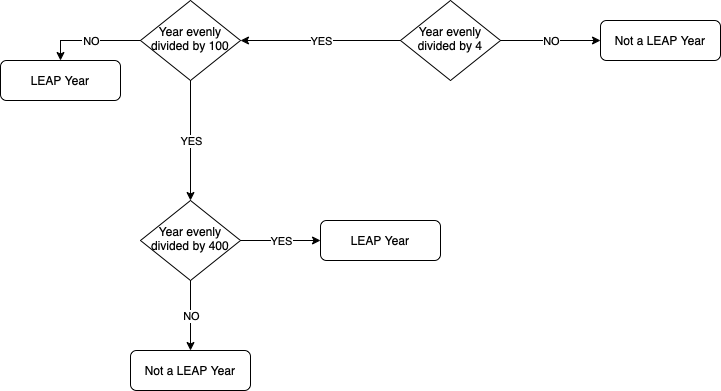
The draw.io diagram Leap Year.drawio.png in antoniaandreou/100_days_of_python, before a commit. Source tidied: cells renumbered, new cells last; positions are measured from the earlier drawing's top-left corner, leaving out a move shared by most shapes.
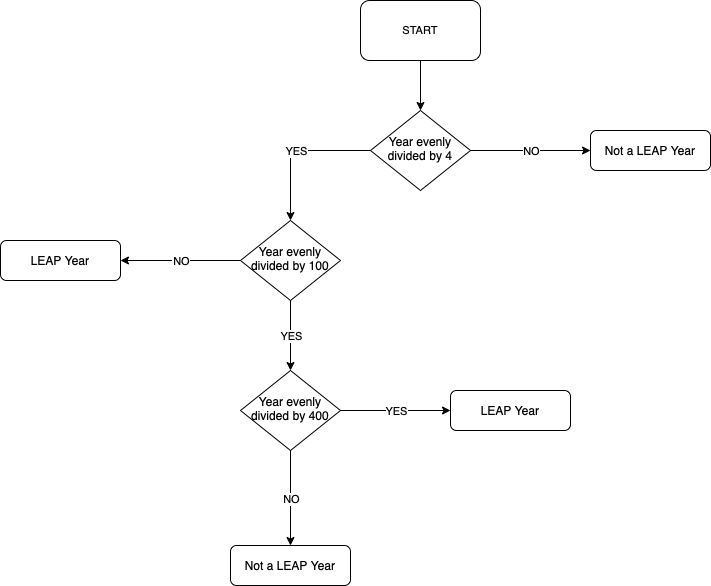
After the change.

Diff of the diagram source:
```diff
@@ -3,40 +3,35 @@
     <mxCell id="0" />
     <mxCell id="1" parent="0" />
     <mxCell id="2" value="Year evenly divided by 4" style="rhombus;whiteSpace=wrap;html=1;shadow=0;fontFamily=Helvetica;fontSize=12;align=center;strokeWidth=1;spacing=6;spacingTop=-4;" parent="1" vertex="1">
-      <mxGeometry x="400" width="100" height="80" as="geometry" />
+      <mxGeometry x="370" y="100" width="100" height="80" as="geometry" />
     </mxCell>
     <mxCell id="3" value="Not a LEAP Year" style="rounded=1;whiteSpace=wrap;html=1;fontSize=12;glass=0;strokeWidth=1;shadow=0;" parent="1" vertex="1">
-      <mxGeometry x="600" y="20" width="120" height="40" as="geometry" />
+      <mxGeometry x="590" y="120" width="120" height="40" as="geometry" />
     </mxCell>
-    <mxCell id="4" style="edgeStyle=orthogonalEdgeStyle;rounded=0;jumpSize=3;jettySize=auto;html=1;exitX=1;exitY=0.5;exitDx=0;exitDy=0;fontSize=11;" parent="1" edge="1" source="5">
-      <mxGeometry relative="1" as="geometry">
-        <mxPoint x="240" y="40" as="targetPoint" />
-      </mxGeometry>
-    </mxCell>
     <mxCell id="5" value="Year evenly divided by 100" style="rhombus;whiteSpace=wrap;html=1;shadow=0;fontFamily=Helvetica;fontSize=12;align=center;strokeWidth=1;spacing=6;spacingTop=-4;" parent="1" vertex="1">
-      <mxGeometry x="140" width="100" height="80" as="geometry" />
+      <mxGeometry x="240" y="210" width="100" height="80" as="geometry" />
     </mxCell>
     <mxCell id="6" value="Not a LEAP Year" style="rounded=1;whiteSpace=wrap;html=1;fontSize=12;glass=0;strokeWidth=1;shadow=0;" parent="1" vertex="1">
-      <mxGeometry x="130" y="350" width="120" height="40" as="geometry" />
+      <mxGeometry x="230" y="535" width="120" height="40" as="geometry" />
     </mxCell>
     <mxCell id="7" value="Year evenly divided by 400" style="rhombus;whiteSpace=wrap;html=1;shadow=0;fontFamily=Helvetica;fontSize=12;align=center;strokeWidth=1;spacing=6;spacingTop=-4;" parent="1" vertex="1">
-      <mxGeometry x="140" y="200" width="100" height="80" as="geometry" />
+      <mxGeometry x="240" y="360" width="100" height="80" as="geometry" />
     </mxCell>
     <mxCell id="8" value="LEAP Year" style="rounded=1;whiteSpace=wrap;html=1;fontSize=12;glass=0;strokeWidth=1;shadow=0;" parent="1" vertex="1">
-      <mxGeometry x="320" y="220" width="120" height="40" as="geometry" />
+      <mxGeometry x="450" y="380" width="120" height="40" as="geometry" />
     </mxCell>
-    <mxCell id="9" value="NO" style="endArrow=classic;html=1;rounded=0;fontSize=11;jumpSize=3;exitX=0;exitY=0.5;exitDx=0;exitDy=0;entryX=0.5;entryY=0;entryDx=0;entryDy=0;" parent="1" edge="1" source="5" target="21">
-      <mxGeometry relative="1" as="geometry">
-        <Array as="points">
-          <mxPoint x="60" y="40" />
-        </Array>
-      </mxGeometry>
+    <mxCell id="9" value="NO" style="endArrow=classic;html=1;rounded=0;fontSize=11;jumpSize=3;exitX=0;exitY=0.5;exitDx=0;exitDy=0;entryX=1;entryY=0.5;entryDx=0;entryDy=0;" parent="1" edge="1" source="5" target="21">
+      <mxGeometry relative="1" as="geometry" />
     </mxCell>
     <mxCell id="10" value="NO" style="edgeLabel;html=1;align=center;verticalAlign=middle;fontSize=11;" parent="9" vertex="1">
       <mxGeometry relative="1" as="geometry" />
     </mxCell>
-    <mxCell id="11" style="endArrow=classic;html=1;rounded=0;fontSize=11;jumpSize=3;exitX=0;exitY=0.5;exitDx=0;exitDy=0;entryX=1;entryY=0.5;entryDx=0;entryDy=0;" parent="1" edge="1" source="2" target="5">
-      <mxGeometry relative="1" as="geometry" />
+    <mxCell id="11" style="endArrow=classic;html=1;rounded=0;fontSize=11;jumpSize=3;exitX=0;exitY=0.5;exitDx=0;exitDy=0;entryX=0.5;entryY=0;entryDx=0;entryDy=0;" parent="1" edge="1" source="2" target="5">
+      <mxGeometry relative="1" as="geometry">
+        <Array as="points">
+          <mxPoint x="290" y="140" />
+        </Array>
+      </mxGeometry>
     </mxCell>
     <mxCell id="12" value="YES" style="edgeLabel;html=1;align=center;verticalAlign=middle;fontSize=11;" parent="11" vertex="1">
       <mxGeometry relative="1" as="geometry" />
@@ -66,7 +61,13 @@
       <mxGeometry relative="1" as="geometry" />
     </mxCell>
     <mxCell id="21" value="LEAP Year" style="rounded=1;whiteSpace=wrap;html=1;fontSize=12;glass=0;strokeWidth=1;shadow=0;" parent="1" vertex="1">
-      <mxGeometry y="60" width="120" height="40" as="geometry" />
+      <mxGeometry y="230" width="120" height="40" as="geometry" />
     </mxCell>
+    <mxCell id="22" value="START" style="rounded=1;whiteSpace=wrap;html=1;fontSize=11;" parent="1" vertex="1">
+      <mxGeometry x="360" y="-10" width="120" height="60" as="geometry" />
+    </mxCell>
+    <mxCell id="23" style="endArrow=classic;html=1;rounded=0;fontSize=11;jumpSize=3;exitX=0.5;exitY=1;exitDx=0;exitDy=0;entryX=0.5;entryY=0;entryDx=0;entryDy=0;" parent="1" edge="1" source="22" target="2">
+      <mxGeometry relative="1" as="geometry" />
+    </mxCell>
   </root>
 </mxGraphModel>
```
